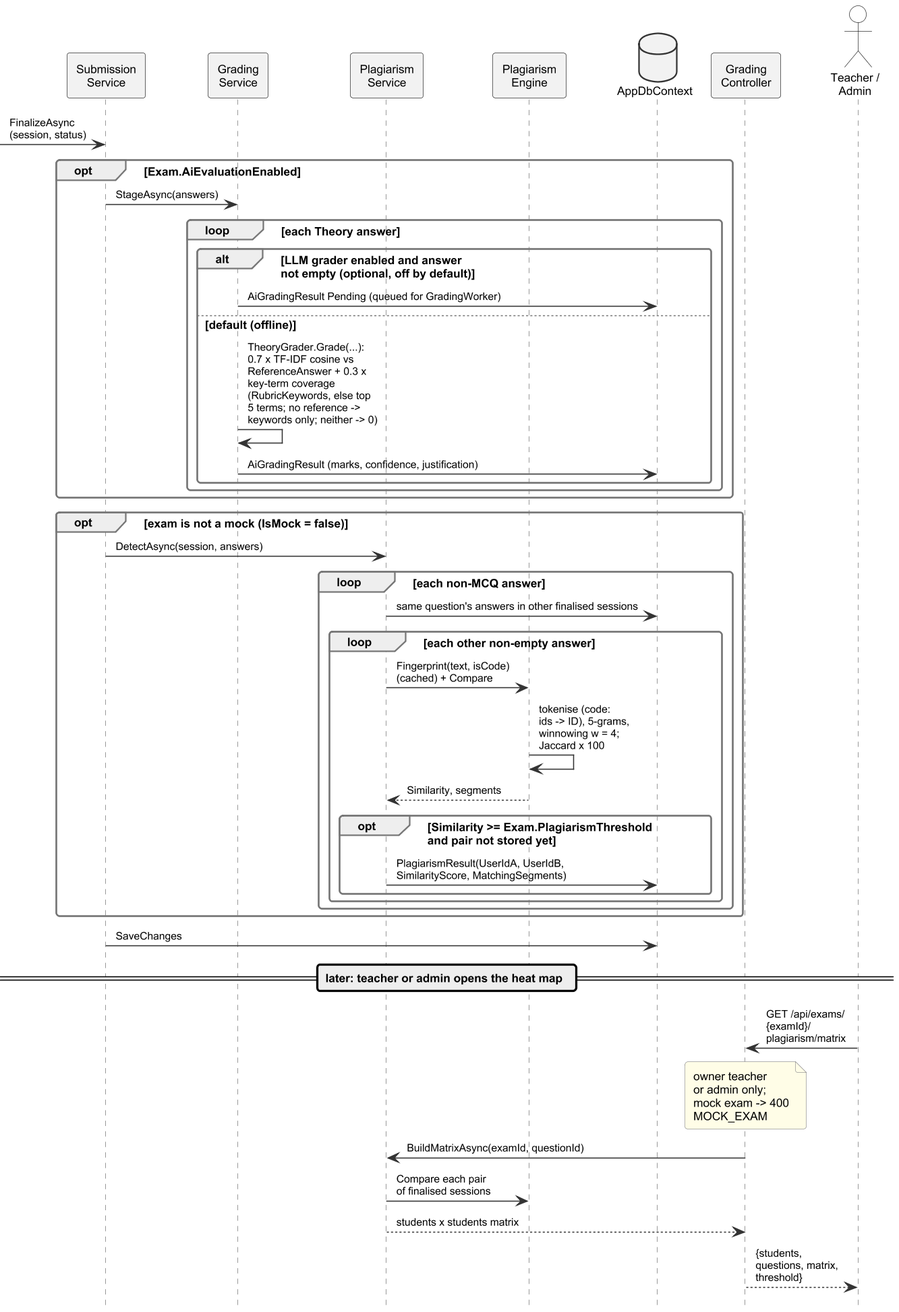
Before: important docs/fyp_doc_3chatp/Figures/seq_ai_plagiarism.png, a diagram exported from PlantUML (Haiderali27-hub/AI-Lab-Monitoring-). The source it was exported from:
```plantuml
@startuml
!include style.iuml
hide footbox
skinparam ParticipantPadding 0
skinparam BoxPadding 0
skinparam sequence {
  MessageAlign left
}

participant "Submission\nService" as SS
participant "Grading\nService" as GS
participant "Plagiarism\nService" as PS
participant "Plagiarism\nEngine" as PE
database "AppDbContext" as DB
participant "Grading\nController" as GC
actor "Teacher /\nAdmin" as T

[-> SS : FinalizeAsync\n(session, status)
opt Exam.AiEvaluationEnabled
  SS -> GS : StageAsync(answers)
  loop each Theory answer
    alt LLM grader enabled and answer\nnot empty (optional, off by default)
      GS -> DB : AiGradingResult Pending (queued for GradingWorker)
    else default (offline)
      GS -> GS : TheoryGrader.Grade(...):\n0.7 x TF-IDF cosine vs\nReferenceAnswer + 0.3 x\nkey-term coverage\n(RubricKeywords, else top\n5 terms; no reference ->\nkeywords only; neither -> 0)
      GS -> DB : AiGradingResult (marks, confidence, justification)
    end
  end
end
opt exam is not a mock (IsMock = false)
  SS -> PS : DetectAsync(session, answers)
  loop each non-MCQ answer
    PS -> DB : same question's answers in other finalised sessions
    loop each other non-empty answer
      PS -> PE : Fingerprint(text, isCode)\n(cached) + Compare
      PE -> PE : tokenise (code:\nids -> ID), 5-grams,\nwinnowing w = 4;\nJaccard x 100
      PE --> PS : Similarity, segments
      opt Similarity >= Exam.PlagiarismThreshold\nand pair not stored yet
        PS -> DB : PlagiarismResult(UserIdA, UserIdB,\nSimilarityScore, MatchingSegments)
      end
    end
  end
end
SS -> DB : SaveChanges

== later: teacher or admin opens the heat map ==
T -> GC : GET /api/exams/\n{examId}/\nplagiarism/matrix
note over GC : owner teacher\nor admin only;\nmock exam -> 400\nMOCK_EXAM
GC -> PS : BuildMatrixAsync(examId, questionId)
PS -> PE : Compare each pair\nof finalised sessions
PS --> GC : students x students matrix
GC --> T : {students,\nquestions, matrix,\nthreshold}
@enduml
```
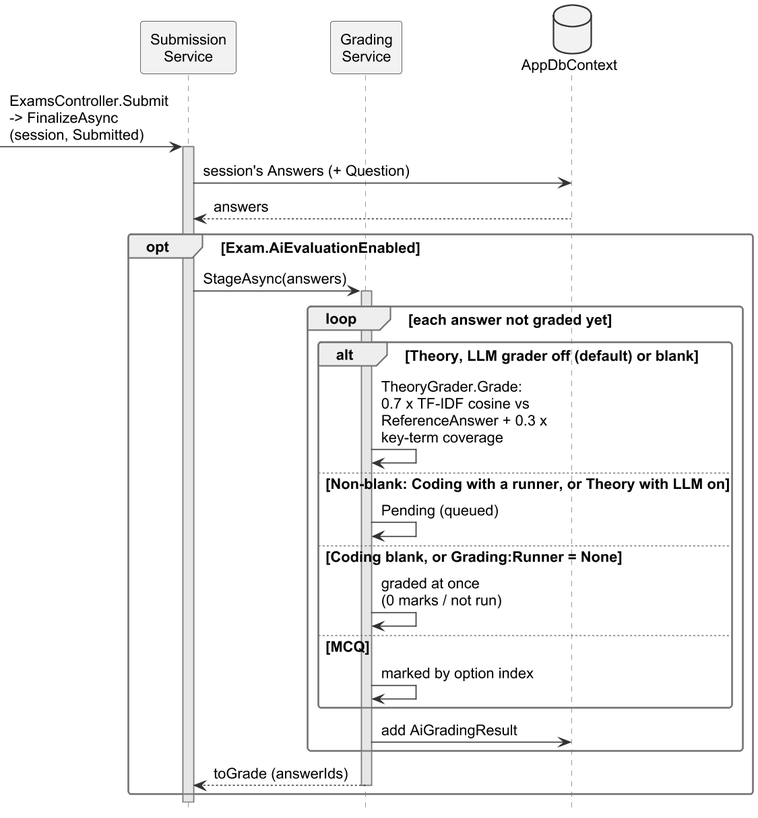
Later version of the same file.

Diff of the diagram source:
```diff
@@ -1,10 +1,15 @@
 @startuml
 !include style.iuml
+skinparam defaultFontSize 14
+skinparam ArrowFontSize 14
+skinparam maxMessageSize 200
 hide footbox
-skinparam ParticipantPadding 0
+hide unlinked
+skinparam ParticipantPadding 2
 skinparam BoxPadding 0
 skinparam sequence {
   MessageAlign left
+  LifeLineBackgroundColor #E6E6E6
 }
 
 participant "Submission\nService" as SS
@@ -12,42 +17,27 @@
 participant "Plagiarism\nService" as PS
 participant "Plagiarism\nEngine" as PE
 database "AppDbContext" as DB
-participant "Grading\nController" as GC
-actor "Teacher /\nAdmin" as T
 
-[-> SS : FinalizeAsync\n(session, status)
+[-> SS : ExamsController.Submit\n-> FinalizeAsync\n(session, Submitted)
+activate SS
+SS -> DB : session's Answers (+ Question)
+DB --> SS : answers
 opt Exam.AiEvaluationEnabled
   SS -> GS : StageAsync(answers)
-  loop each Theory answer
-    alt LLM grader enabled and answer\nnot empty (optional, off by default)
-      GS -> DB : AiGradingResult Pending (queued for GradingWorker)
-    else default (offline)
-      GS -> GS : TheoryGrader.Grade(...):\n0.7 x TF-IDF cosine vs\nReferenceAnswer + 0.3 x\nkey-term coverage\n(RubricKeywords, else top\n5 terms; no reference ->\nkeywords only; neither -> 0)
-      GS -> DB : AiGradingResult (marks, confidence, justification)
+  activate GS
+  loop each answer not graded yet
+    alt Theory, LLM grader off (default) or blank
+      GS -> GS : TheoryGrader.Grade:\n0.7 x TF-IDF cosine vs\nReferenceAnswer + 0.3 x\nkey-term coverage
+    else Non-blank: Coding with a runner, or Theory with LLM on
+      GS -> GS : Pending (queued)
+    else Coding blank, or Grading:Runner = None
+      GS -> GS : graded at once\n(0 marks / not run)
+    else MCQ
+      GS -> GS : marked by option index
     end
+    GS -> DB : add AiGradingResult
   end
+  GS --> SS : toGrade (answerIds)
+  deactivate GS
 end
-opt exam is not a mock (IsMock = false)
-  SS -> PS : DetectAsync(session, answers)
-  loop each non-MCQ answer
-    PS -> DB : same question's answers in other finalised sessions
-    loop each other non-empty answer
-      PS -> PE : Fingerprint(text, isCode)\n(cached) + Compare
-      PE -> PE : tokenise (code:\nids -> ID), 5-grams,\nwinnowing w = 4;\nJaccard x 100
-      PE --> PS : Similarity, segments
-      opt Similarity >= Exam.PlagiarismThreshold\nand pair not stored yet
-        PS -> DB : PlagiarismResult(UserIdA, UserIdB,\nSimilarityScore, MatchingSegments)
-      end
-    end
-  end
-end
-SS -> DB : SaveChanges
-
-== later: teacher or admin opens the heat map ==
-T -> GC : GET /api/exams/\n{examId}/\nplagiarism/matrix
-note over GC : owner teacher\nor admin only;\nmock exam -> 400\nMOCK_EXAM
-GC -> PS : BuildMatrixAsync(examId, questionId)
-PS -> PE : Compare each pair\nof finalised sessions
-PS --> GC : students x students matrix
-GC --> T : {students,\nquestions, matrix,\nthreshold}
 @enduml
```
